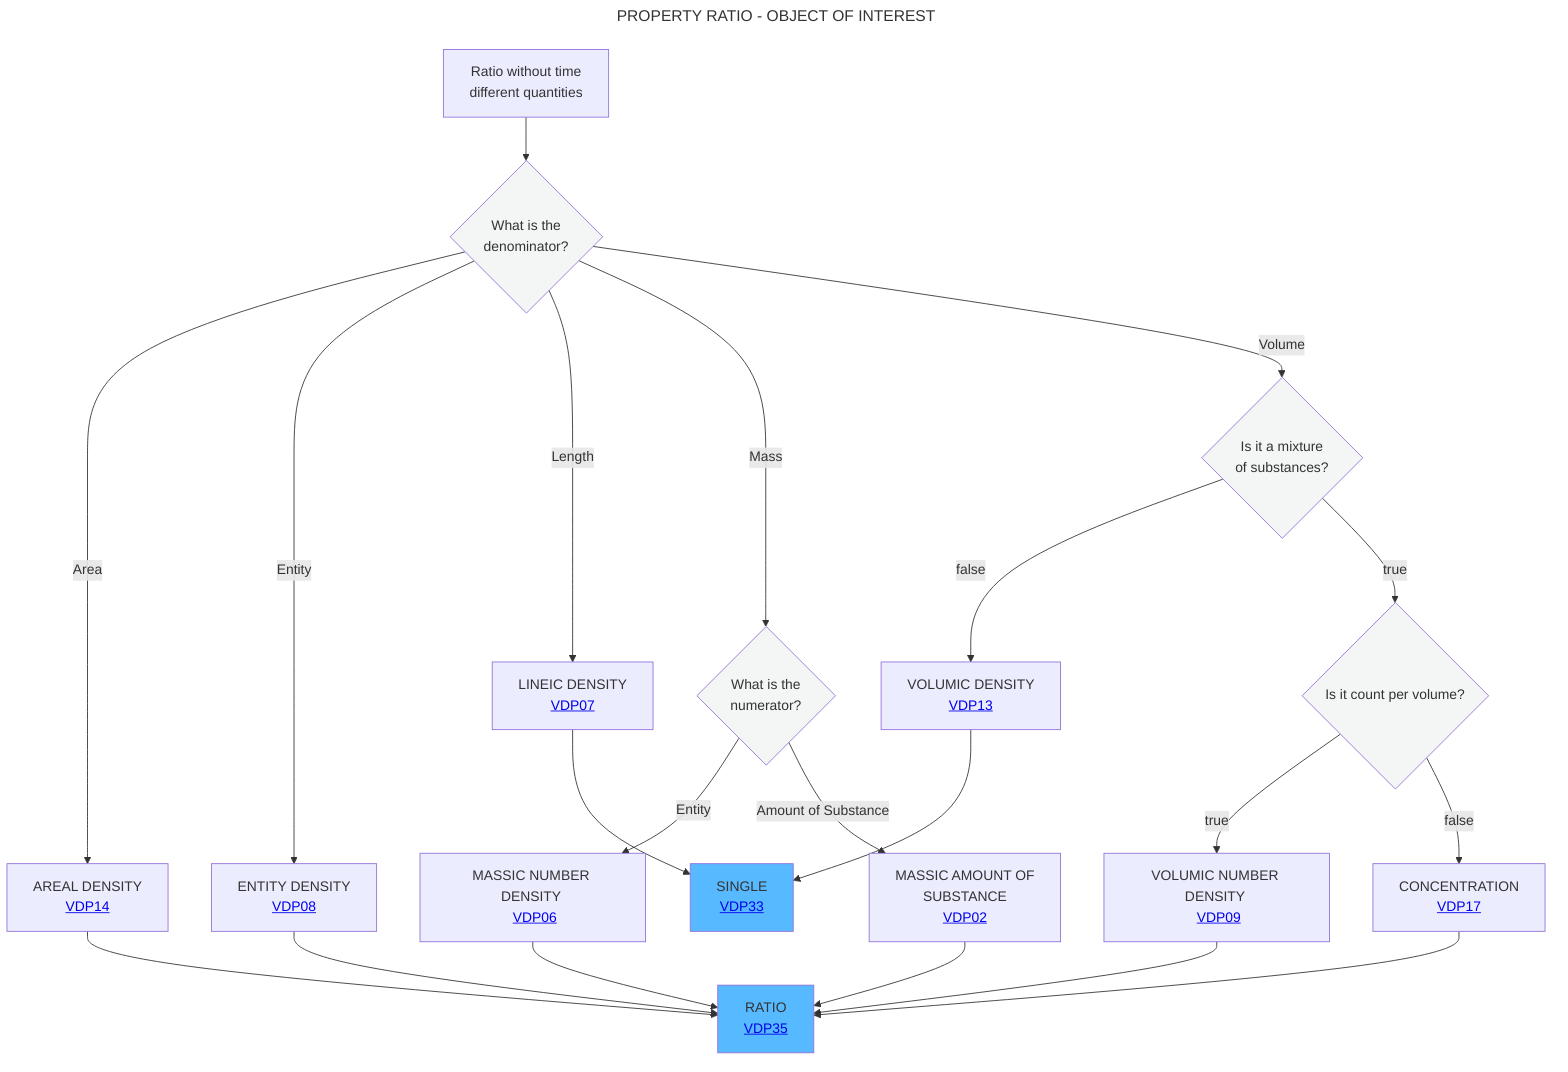
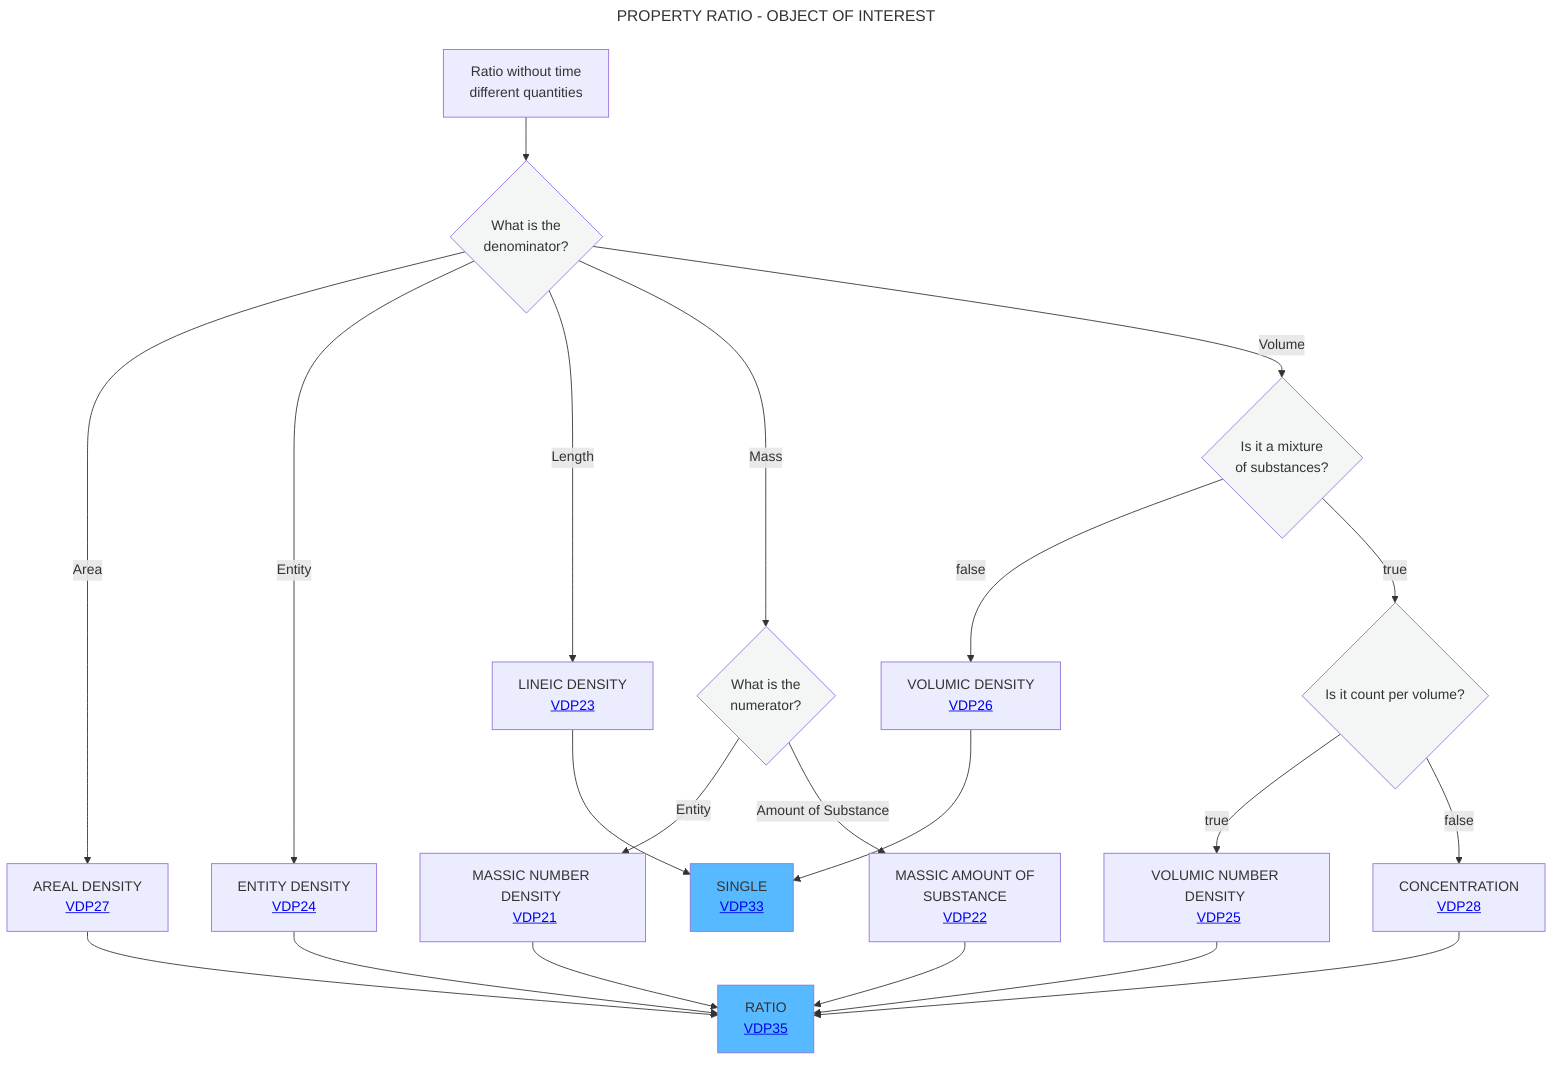
---
title: PROPERTY RATIO - OBJECT OF INTEREST
---
flowchart TD
    A[Ratio without time <br> different quantities] --> B{What is the <br> denominator?}:::white
-     B -- Area -->C[AREAL DENSITY <br> <a href='https://github.com/mabablue/I-ADOPT-patterns-playground/blob/main/pattern/VDP14.yaml'>VDP14</a>]
-     B -- Entity -->F[ENTITY DENSITY <br> <a href='https://github.com/mabablue/I-ADOPT-patterns-playground/blob/main/pattern/VDP08.yaml'>VDP08</a>]
-     B -- Length -->D[LINEIC DENSITY <br> <a href='https://github.com/mabablue/I-ADOPT-patterns-playground/blob/main/pattern/VDP07.yaml'>VDP07</a>]
+     B -- Area -->C[AREAL DENSITY <br> <a href='https://github.com/mabablue/I-ADOPT-patterns-playground/blob/main/pattern/VDP27.yaml'>VDP27</a>]
+     B -- Entity -->F[ENTITY DENSITY <br> <a href='https://github.com/mabablue/I-ADOPT-patterns-playground/blob/main/pattern/VDP24.yaml'>VDP24</a>]
+     B -- Length -->D[LINEIC DENSITY <br> <a href='https://github.com/mabablue/I-ADOPT-patterns-playground/blob/main/pattern/VDP23.yaml'>VDP23</a>]
    B -- Mass -->E{What is the <br> numerator?}:::white
-     E -- Entity --> L[MASSIC NUMBER DENSITY <br> <a href='https://github.com/mabablue/I-ADOPT-patterns-playground/blob/main/pattern/VDP06.yaml'>VDP06</a>]
-     E -- Amount of Substance --> P[MASSIC AMOUNT OF <br> SUBSTANCE <br> <a href='https://github.com/mabablue/I-ADOPT-patterns-playground/blob/main/pattern/VDP02.yaml'>VDP02</a>]
+     E -- Entity --> L[MASSIC NUMBER DENSITY <br> <a href='https://github.com/mabablue/I-ADOPT-patterns-playground/blob/main/pattern/VDP21.yaml'>VDP21</a>]
+     E -- Amount of Substance --> P[MASSIC AMOUNT OF <br> SUBSTANCE <br> <a href='https://github.com/mabablue/I-ADOPT-patterns-playground/blob/main/pattern/VDP22.yaml'>VDP22</a>]
    B -- Volume -->G{Is it a mixture <br> of substances?}:::white
-     G --> |false|H[VOLUMIC DENSITY <br> <a href='https://github.com/mabablue/I-ADOPT-patterns-playground/blob/main/pattern/VDP13.yaml'>VDP13</a>]
+     G --> |false|H[VOLUMIC DENSITY <br> <a href='https://github.com/mabablue/I-ADOPT-patterns-playground/blob/main/pattern/VDP26.yaml'>VDP26</a>]
    G--> |true|J{Is it count per volume?}:::white
-     J --> |true|I[VOLUMIC NUMBER DENSITY <br> <a href='https://github.com/mabablue/I-ADOPT-patterns-playground/blob/main/pattern/VDP09.yaml'>VDP09</a>]
-     J --> |false|M[CONCENTRATION <br> <a href='https://github.com/mabablue/I-ADOPT-patterns-playground/blob/main/pattern/VDP17.yaml'>VDP17</a>]
+     J --> |true|I[VOLUMIC NUMBER DENSITY <br> <a href='https://github.com/mabablue/I-ADOPT-patterns-playground/blob/main/pattern/VDP25.yaml'>VDP25</a>]
+     J --> |false|M[CONCENTRATION <br> <a href='https://github.com/mabablue/I-ADOPT-patterns-playground/blob/main/pattern/VDP28.yaml'>VDP28</a>]
    I --> N
    C --> N[RATIO <br> <a href='https://github.com/mabablue/I-ADOPT-patterns-playground/blob/main/pattern/VDP35.yaml'>VDP35</a>]:::satblue
    F --> N
    D --> O[SINGLE <br> <a href='https://github.com/mabablue/I-ADOPT-patterns-playground/blob/main/pattern/VDP33.yaml'>VDP33</a>]:::satblue
    H --> O
    L --> N
    P --> N
    M --> N
   classDef blue fill:#90D5FF
   classDef satblue fill:#57B9FF
   classDef white fill:#f3f6f4
   classDef green fill:#6aa84f
